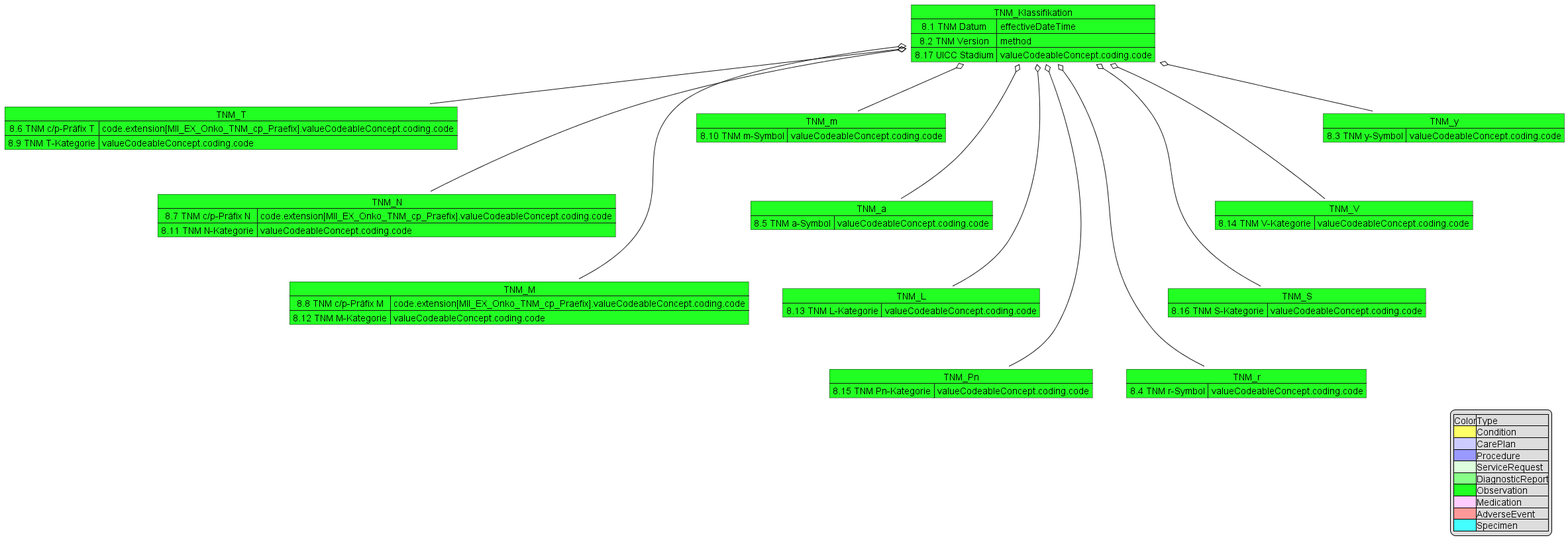
This is implementation-guides/ImplementationGuide-2024.x-DE/Images/MII_Onko_08_TNM.png from medizininformatik-initiative/kerndatensatzmodul-onkologie, a PlantUML export, as it was before one commit.
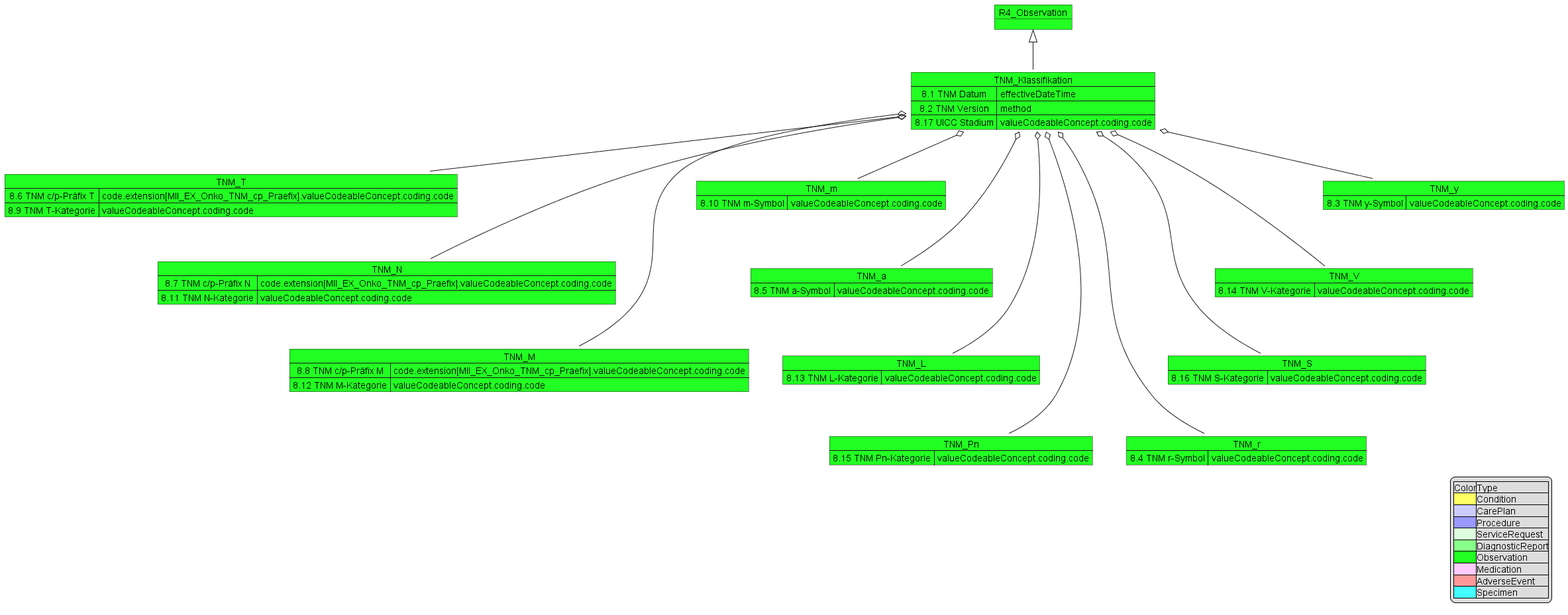
The same file after the commit.

The edit, as a diff of the source:
```diff
@@ -1,9 +1,12 @@
 @startuml MII_Onko_08_TNM
+object R4_Observation #22FF22
+
 Map TNM_Klassifikation #22FF22 {
   8.1 TNM Datum  => effectiveDateTime
   8.2 TNM Version =>method
   8.17 UICC Stadium => valueCodeableConcept.coding.code
 }
+R4_Observation <|-down- TNM_Klassifikation
 
 Map TNM_T #22FF22{
     8.6 TNM c/p-Präfix T => code.extension[MII_EX_Onko_TNM_cp_Praefix].valueCodeableConcept.coding.code
```
